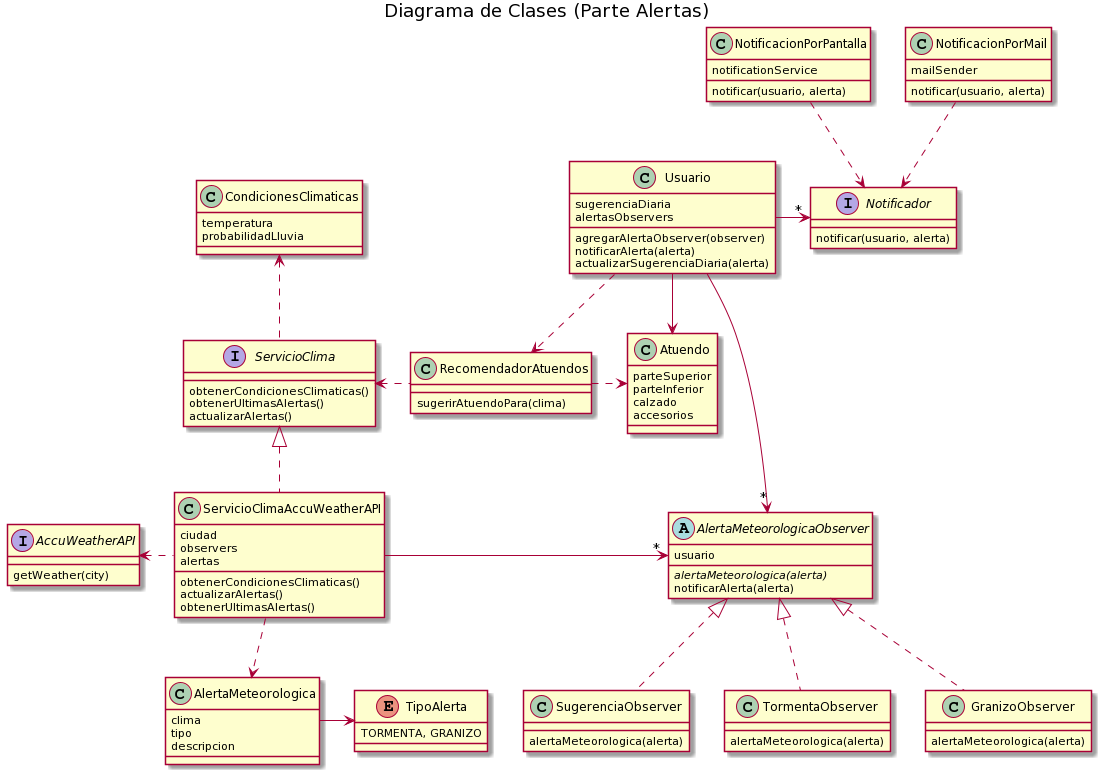
Earlier version of the PlantUML export QueMePongo6/Diagrama de Clases.png (gonzalogarcia2318/dds-que-me-pongo). The source it was exported from:
```plantuml
@startuml
title Diagrama de Clases (Parte Alertas)



class Usuario {
    sugerenciaDiaria
    alertasObservers

    agregarAlertaObserver(observer)
    notificarAlerta(alerta)
    actualizarSugerenciaDiaria(alerta)
}

class Atuendo {
    parteSuperior
    parteInferior
    calzado
    accesorios
}

Usuario -> Atuendo
Usuario -.> RecomendadorAtuendos


class RecomendadorAtuendos {
    sugerirAtuendoPara(clima)
}

RecomendadorAtuendos -right.> Atuendo

class AlertaMeteorologica {
    clima
    tipo
    descripcion
}

enum TipoAlerta {
    TORMENTA, GRANIZO
}

AlertaMeteorologica -> TipoAlerta

interface ServicioClima {
    obtenerCondicionesClimaticas()
	obtenerUltimasAlertas()
	actualizarAlertas()
}

RecomendadorAtuendos -left.> ServicioClima


class ServicioClimaAccuWeatherAPI {
    ciudad
    observers
    alertas

    obtenerCondicionesClimaticas()
    actualizarAlertas()
    obtenerUltimasAlertas()
}

ServicioClimaAccuWeatherAPI -.> AlertaMeteorologica

abstract class AlertaMeteorologicaObserver{
    usuario

    {abstract}alertaMeteorologica(alerta)
    notificarAlerta(alerta)
}

ServicioClimaAccuWeatherAPI -> "*" AlertaMeteorologicaObserver

class SugerenciaObserver {
    alertaMeteorologica(alerta)
}
class TormentaObserver {
    alertaMeteorologica(alerta)
}
class GranizoObserver {
    alertaMeteorologica(alerta)
}

SugerenciaObserver -u.|> AlertaMeteorologicaObserver
TormentaObserver -u.|> AlertaMeteorologicaObserver
GranizoObserver -u.|> AlertaMeteorologicaObserver


ServicioClimaAccuWeatherAPI -.up|> ServicioClima


interface AccuWeatherAPI {
    getWeather(city)
}

ServicioClimaAccuWeatherAPI .left> AccuWeatherAPI

class CondicionesClimaticas {
    temperatura
    probabilidadLluvia
}

ServicioClima -up.> CondicionesClimaticas


interface Notificador {
    notificar(usuario, alerta)
}

class NotificacionPorPantalla {
    notificationService
    notificar(usuario, alerta)
}

class NotificacionPorMail {
    mailSender
    notificar(usuario, alerta)
}

NotificacionPorPantalla -.> Notificador
NotificacionPorMail -.> Notificador

Usuario -> "*" Notificador
Usuario -> "*" AlertaMeteorologicaObserver
@enduml
```
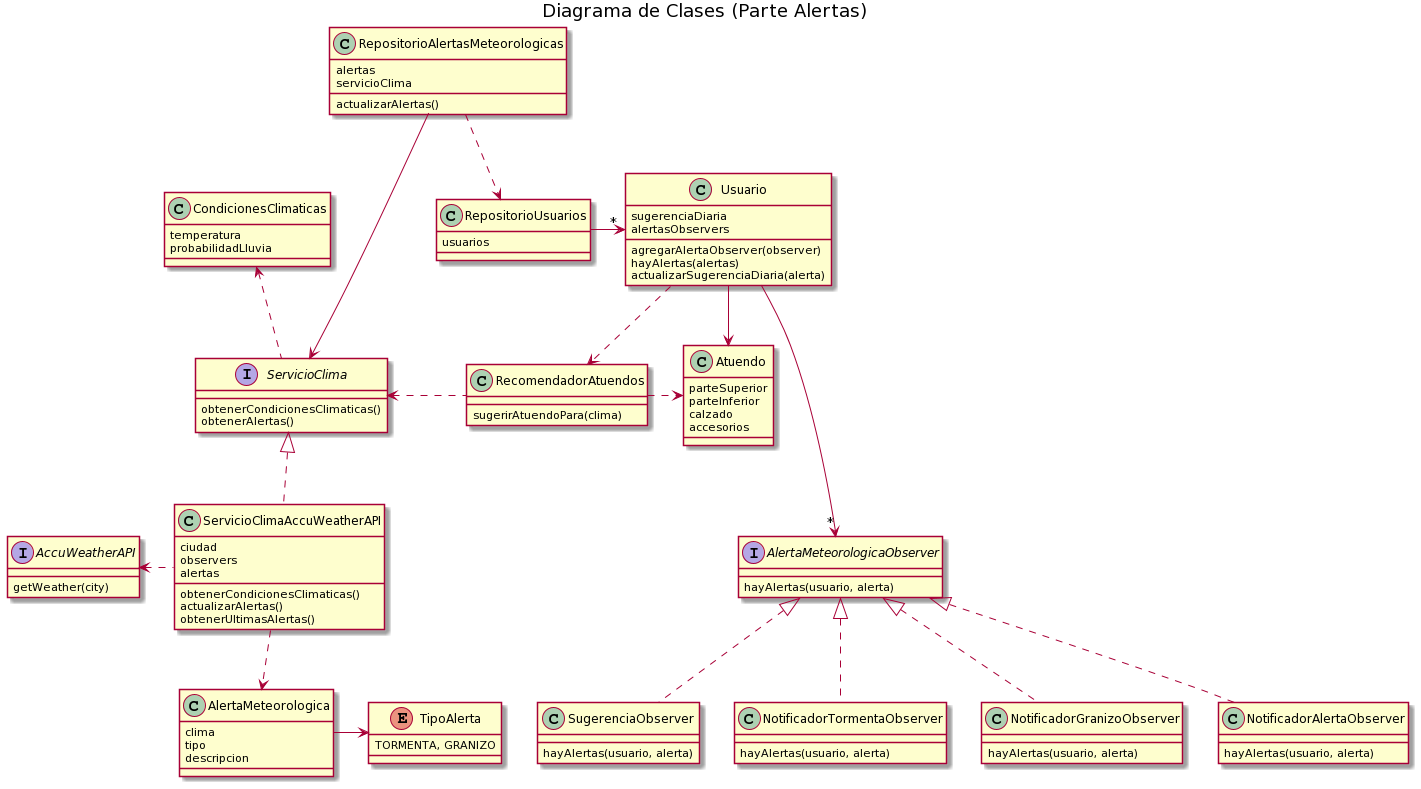
After the commit.

Commit message:
Correcciones de iteracion 6. Agrego Repositorios Usuarios y Alertas. Cambios en observers de alertas

What changed in the source:
```diff
@@ -8,7 +8,7 @@
     alertasObservers
 
     agregarAlertaObserver(observer)
-    notificarAlerta(alerta)
+    hayAlertas(alertas)
     actualizarSugerenciaDiaria(alerta)
 }
 
@@ -43,8 +43,7 @@
 
 interface ServicioClima {
     obtenerCondicionesClimaticas()
-	obtenerUltimasAlertas()
-	actualizarAlertas()
+	obtenerAlertas()
 }
 
 RecomendadorAtuendos -left.> ServicioClima
@@ -62,28 +61,27 @@
 
 ServicioClimaAccuWeatherAPI -.> AlertaMeteorologica
 
-abstract class AlertaMeteorologicaObserver{
-    usuario
-
-    {abstract}alertaMeteorologica(alerta)
-    notificarAlerta(alerta)
+interface AlertaMeteorologicaObserver{
+    hayAlertas(usuario, alerta)
 }
 
-ServicioClimaAccuWeatherAPI -> "*" AlertaMeteorologicaObserver
-
 class SugerenciaObserver {
-    alertaMeteorologica(alerta)
+    hayAlertas(usuario, alerta)
 }
-class TormentaObserver {
-    alertaMeteorologica(alerta)
+class NotificadorTormentaObserver {
+    hayAlertas(usuario, alerta)
 }
-class GranizoObserver {
-    alertaMeteorologica(alerta)
+class NotificadorGranizoObserver {
+    hayAlertas(usuario, alerta)
+}
+class NotificadorAlertaObserver {
+    hayAlertas(usuario, alerta)
 }
 
 SugerenciaObserver -u.|> AlertaMeteorologicaObserver
-TormentaObserver -u.|> AlertaMeteorologicaObserver
-GranizoObserver -u.|> AlertaMeteorologicaObserver
+NotificadorTormentaObserver -u.|> AlertaMeteorologicaObserver
+NotificadorGranizoObserver -u.|> AlertaMeteorologicaObserver
+NotificadorAlertaObserver -u.|> AlertaMeteorologicaObserver
 
 
 ServicioClimaAccuWeatherAPI -.up|> ServicioClima
@@ -102,24 +100,21 @@
 
 ServicioClima -up.> CondicionesClimaticas
 
+Usuario -down--> "*" AlertaMeteorologicaObserver
 
-interface Notificador {
-    notificar(usuario, alerta)
+
+class RepositorioUsuarios{
+    usuarios
 }
 
-class NotificacionPorPantalla {
-    notificationService
-    notificar(usuario, alerta)
+class RepositorioAlertasMeteorologicas{
+    alertas
+    servicioClima
+    actualizarAlertas()
 }
 
-class NotificacionPorMail {
-    mailSender
-    notificar(usuario, alerta)
-}
+RepositorioUsuarios -> "*" Usuario
 
-NotificacionPorPantalla -.> Notificador
-NotificacionPorMail -.> Notificador
-
-Usuario -> "*" Notificador
-Usuario -> "*" AlertaMeteorologicaObserver
+RepositorioAlertasMeteorologicas -down.> RepositorioUsuarios
+RepositorioAlertasMeteorologicas ---> ServicioClima
 @enduml
```
